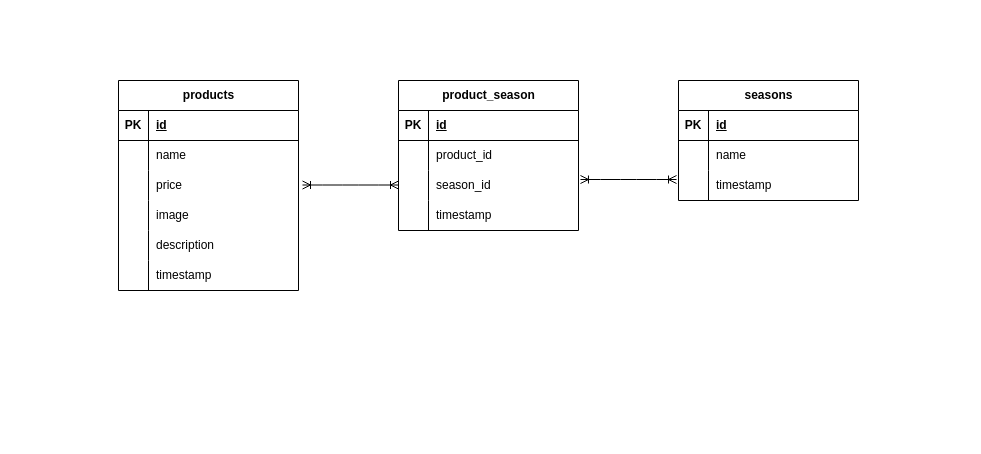
Above: src/er.drawio in Yu-Sasaki451/mogitate (draw.io), before the change. Source tidied: cells renumbered, new cells numbered last; positions are measured from the earlier drawing's top-left corner, leaving out a move shared by most shapes. Both pictures are drawn from the tidied source at 100%, with x=0, y=0 at pixel (118, 80).
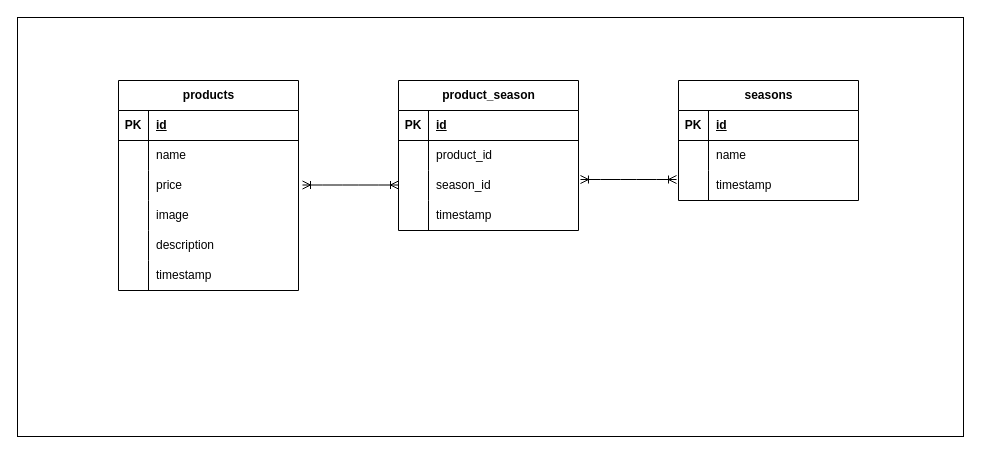
The same diagram, later.

The edit, as a diff of the source:
```diff
@@
+    <mxCell id="46" style="rounded=0;whiteSpace=wrap;html=1;" parent="1" vertex="1">
+      <mxGeometry x="-101" y="-63" width="946" height="419" as="geometry" />
+    </mxCell>
```
